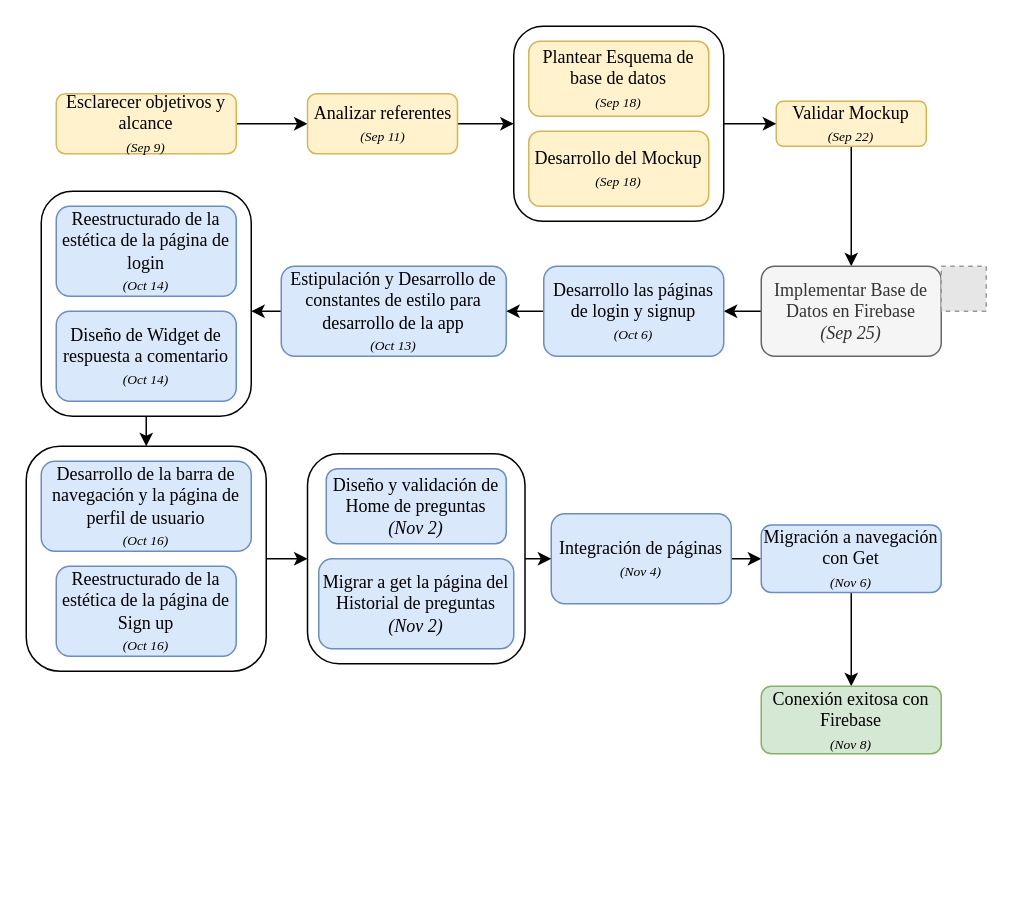
The draw.io diagram desarrollo_movil/proyecto/doc/historico_gestion.drawio in DaveAlsina/4toSemestre, before the edit. Source tidied: cells renumbered, new cells numbered last; positions are measured from the earlier drawing's top-left corner, leaving out a move shared by most shapes. Both pictures are drawn from the tidied source at 150%, with x=0, y=0 at pixel (26, 26). Pictures stored in the file or linked from it are replaced by grey dashed boxes.
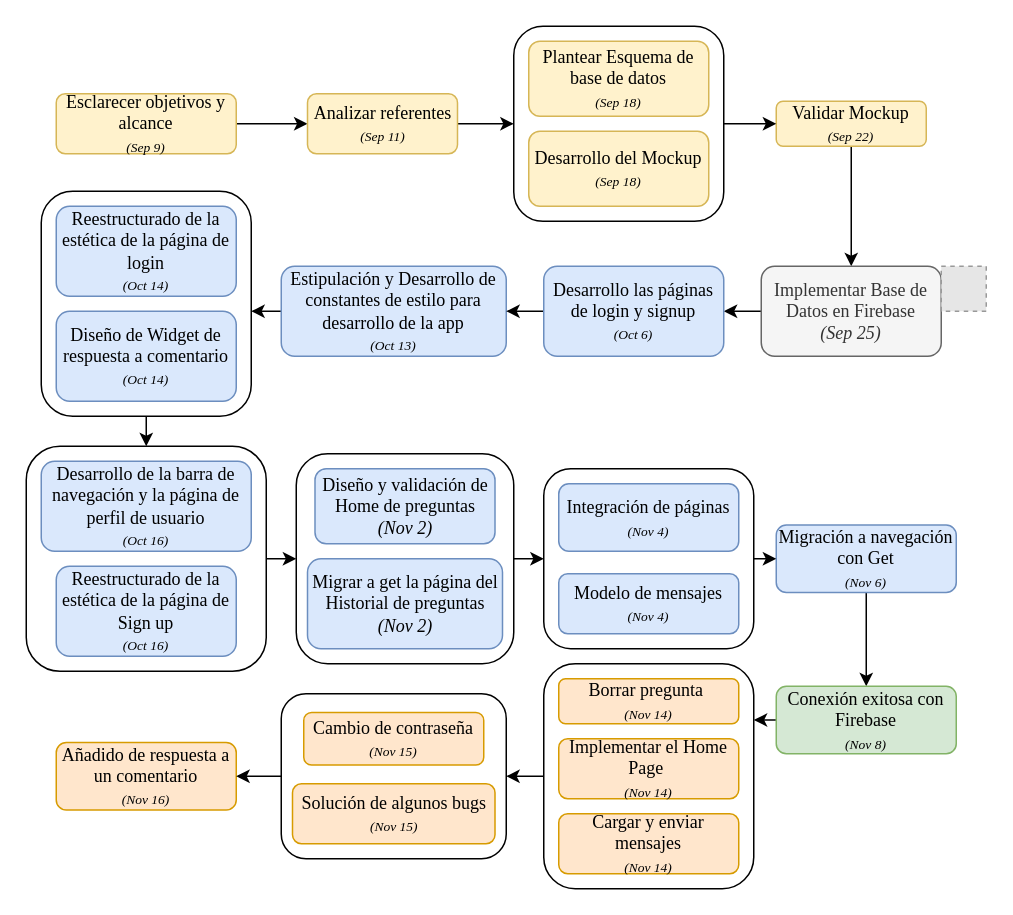
The same page after the edit.

Unchanged cells that the change refers to:
```xml
<mxCell id="30" style="rounded=1;whiteSpace=wrap;html=1;fontFamily=Times New Roman;fontSize=12;" parent="29" vertex="1">
  <mxGeometry width="145" height="140" as="geometry" />
</mxCell>
```

Diff of the diagram source:
```diff
@@
     <mxCell id="29" style="group;" parent="1" vertex="1">
-      <mxGeometry x="187.5" y="285" width="145" height="140" as="geometry" />
+      <mxGeometry x="180" y="285" width="145" height="140" as="geometry" />
     </mxCell>
@@
-    <mxCell id="34" style="edgeStyle=orthogonalEdgeStyle;rounded=0;jettySize=auto;html=1;exitX=1;exitY=0.5;exitDx=0;exitDy=0;entryX=0;entryY=0.5;entryDx=0;entryDy=0;fontFamily=Times New Roman;fontSize=12;" parent="1" edge="1" source="35" target="38">
-      <mxGeometry relative="1" as="geometry" />
-    </mxCell>
-    <mxCell id="35" value="Integración de páginas&lt;br&gt;&lt;i&gt;&lt;font style=&quot;font-size: 9px&quot;&gt;(Nov 4)&lt;/font&gt;&lt;/i&gt;" style="rounded=1;whiteSpace=wrap;html=1;fontFamily=Times New Roman;fontSize=12;fillColor=#dae8fc;strokeColor=#6c8ebf;" parent="1" vertex="1">
-      <mxGeometry x="350" y="325" width="120" height="60" as="geometry" />
-    </mxCell>
-    <mxCell id="36" style="edgeStyle=orthogonalEdgeStyle;rounded=0;jettySize=auto;html=1;exitX=1;exitY=0.5;exitDx=0;exitDy=0;entryX=0;entryY=0.5;entryDx=0;entryDy=0;fontFamily=Times New Roman;fontSize=12;" parent="1" edge="1" source="30" target="35">
-      <mxGeometry relative="1" as="geometry" />
-    </mxCell>
@@
     <mxCell id="38" value="Migración a navegación con Get&lt;br&gt;&lt;i&gt;&lt;font style=&quot;font-size: 9px&quot;&gt;(Nov 6)&lt;/font&gt;&lt;/i&gt;" style="rounded=1;whiteSpace=wrap;html=1;fontFamily=Times New Roman;fontSize=12;fillColor=#dae8fc;strokeColor=#6c8ebf;" parent="1" vertex="1">
-      <mxGeometry x="490" y="332.5" width="120" height="45" as="geometry" />
+      <mxGeometry x="500" y="332.5" width="120" height="45" as="geometry" />
     </mxCell>
+    <mxCell id="40" style="rounded=0;jettySize=auto;html=1;exitX=0;exitY=0.5;exitDx=0;exitDy=0;entryX=1;entryY=0.25;entryDx=0;entryDy=0;" parent="1" edge="1" source="39" target="47">
+      <mxGeometry relative="1" as="geometry" />
+    </mxCell>
     <mxCell id="39" value="&lt;font&gt;&lt;font style=&quot;font-size: 12px&quot;&gt;Conexión exitosa con Firebase&lt;/font&gt;&lt;br&gt;&lt;i style=&quot;font-size: 9px&quot;&gt;(Nov 8)&lt;/i&gt;&lt;/font&gt;" style="rounded=1;whiteSpace=wrap;html=1;fontFamily=Times New Roman;fontSize=12;fillColor=#d5e8d4;strokeColor=#82b366;" parent="1" vertex="1">
-      <mxGeometry x="490" y="440" width="120" height="45" as="geometry" />
+      <mxGeometry x="500" y="440" width="120" height="45" as="geometry" />
     </mxCell>
+    <mxCell id="41" style="group;" parent="1" vertex="1">
+      <mxGeometry x="345" y="295" width="140" height="120" as="geometry" />
+    </mxCell>
+    <mxCell id="42" style="rounded=1;whiteSpace=wrap;html=1;" parent="41" vertex="1">
+      <mxGeometry width="140" height="120" as="geometry" />
+    </mxCell>
+    <mxCell id="35" value="Integración de páginas&lt;br&gt;&lt;i&gt;&lt;font style=&quot;font-size: 9px&quot;&gt;(Nov 4)&lt;/font&gt;&lt;/i&gt;" style="rounded=1;whiteSpace=wrap;html=1;fontFamily=Times New Roman;fontSize=12;fillColor=#dae8fc;strokeColor=#6c8ebf;" parent="41" vertex="1">
+      <mxGeometry x="10" y="10" width="120" height="45" as="geometry" />
+    </mxCell>
+    <mxCell id="43" value="Modelo de mensajes&lt;br&gt;&lt;i&gt;&lt;font style=&quot;font-size: 9px&quot;&gt;(Nov 4)&lt;/font&gt;&lt;/i&gt;" style="rounded=1;whiteSpace=wrap;html=1;fontFamily=Times New Roman;fontSize=12;fillColor=#dae8fc;strokeColor=#6c8ebf;" parent="41" vertex="1">
+      <mxGeometry x="10" y="70" width="120" height="40" as="geometry" />
+    </mxCell>
+    <mxCell id="44" style="edgeStyle=orthogonalEdgeStyle;rounded=0;jettySize=auto;html=1;exitX=1;exitY=0.5;exitDx=0;exitDy=0;entryX=0;entryY=0.5;entryDx=0;entryDy=0;" parent="1" edge="1" source="30" target="42">
+      <mxGeometry relative="1" as="geometry" />
+    </mxCell>
+    <mxCell id="45" style="edgeStyle=orthogonalEdgeStyle;rounded=0;jettySize=auto;html=1;exitX=1;exitY=0.5;exitDx=0;exitDy=0;entryX=0;entryY=0.5;entryDx=0;entryDy=0;" parent="1" edge="1" source="42" target="38">
+      <mxGeometry relative="1" as="geometry" />
+    </mxCell>
+    <mxCell id="46" style="group;" parent="1" vertex="1">
+      <mxGeometry x="345" y="425" width="140" height="150" as="geometry" />
+    </mxCell>
+    <mxCell id="47" style="rounded=1;whiteSpace=wrap;html=1;" parent="46" vertex="1">
+      <mxGeometry width="140" height="150" as="geometry" />
+    </mxCell>
+    <mxCell id="48" value="Borrar pregunta&amp;nbsp;&lt;br&gt;&lt;i&gt;&lt;font style=&quot;font-size: 9px&quot;&gt;(Nov 14)&lt;/font&gt;&lt;/i&gt;" style="rounded=1;whiteSpace=wrap;html=1;fontFamily=Times New Roman;fontSize=12;fillColor=#ffe6cc;strokeColor=#d79b00;" parent="46" vertex="1">
+      <mxGeometry x="10" y="10" width="120" height="30" as="geometry" />
+    </mxCell>
+    <mxCell id="49" value="Implementar el Home Page&amp;nbsp;&lt;br&gt;&lt;i&gt;&lt;font style=&quot;font-size: 9px&quot;&gt;(Nov 14)&lt;/font&gt;&lt;/i&gt;" style="rounded=1;whiteSpace=wrap;html=1;fontFamily=Times New Roman;fontSize=12;fillColor=#ffe6cc;strokeColor=#d79b00;" parent="46" vertex="1">
+      <mxGeometry x="10" y="50" width="120" height="40" as="geometry" />
+    </mxCell>
+    <mxCell id="50" value="Cargar y enviar mensajes&lt;br&gt;&lt;i&gt;&lt;font style=&quot;font-size: 9px&quot;&gt;(Nov 14)&lt;/font&gt;&lt;/i&gt;" style="rounded=1;whiteSpace=wrap;html=1;fontFamily=Times New Roman;fontSize=12;fillColor=#ffe6cc;strokeColor=#d79b00;" parent="46" vertex="1">
+      <mxGeometry x="10" y="100" width="120" height="40" as="geometry" />
+    </mxCell>
+    <mxCell id="51" value="Añadido de respuesta a un comentario&lt;br&gt;&lt;i&gt;&lt;font style=&quot;font-size: 9px&quot;&gt;(Nov 16)&lt;/font&gt;&lt;/i&gt;" style="rounded=1;whiteSpace=wrap;html=1;fontFamily=Times New Roman;fontSize=12;fillColor=#ffe6cc;strokeColor=#d79b00;" parent="1" vertex="1">
+      <mxGeometry x="20" y="477.5" width="120" height="45" as="geometry" />
+    </mxCell>
+    <mxCell id="52" style="group;" parent="1" vertex="1">
+      <mxGeometry x="170" y="445" width="150" height="110" as="geometry" />
+    </mxCell>
+    <mxCell id="53" style="rounded=1;whiteSpace=wrap;html=1;" parent="52" vertex="1">
+      <mxGeometry width="150" height="110" as="geometry" />
+    </mxCell>
+    <mxCell id="54" value="Cambio de contraseña&lt;br&gt;&lt;i&gt;&lt;font style=&quot;font-size: 9px&quot;&gt;(Nov 15)&lt;/font&gt;&lt;/i&gt;" style="rounded=1;whiteSpace=wrap;html=1;fontFamily=Times New Roman;fontSize=12;fillColor=#ffe6cc;strokeColor=#d79b00;" parent="52" vertex="1">
+      <mxGeometry x="15" y="12.5" width="120" height="35" as="geometry" />
+    </mxCell>
+    <mxCell id="55" value="Solución de algunos bugs&lt;br&gt;&lt;i&gt;&lt;font style=&quot;font-size: 9px&quot;&gt;(Nov 15)&lt;/font&gt;&lt;/i&gt;" style="rounded=1;whiteSpace=wrap;html=1;fontFamily=Times New Roman;fontSize=12;fillColor=#ffe6cc;strokeColor=#d79b00;" parent="52" vertex="1">
+      <mxGeometry x="7.5" y="60" width="135" height="40" as="geometry" />
+    </mxCell>
+    <mxCell id="56" style="edgeStyle=none;rounded=0;jettySize=auto;html=1;exitX=0;exitY=0.5;exitDx=0;exitDy=0;entryX=1;entryY=0.5;entryDx=0;entryDy=0;" parent="1" edge="1" source="47" target="53">
+      <mxGeometry relative="1" as="geometry" />
+    </mxCell>
+    <mxCell id="57" style="edgeStyle=none;rounded=0;jettySize=auto;html=1;exitX=0;exitY=0.5;exitDx=0;exitDy=0;entryX=1;entryY=0.5;entryDx=0;entryDy=0;" parent="1" edge="1" source="53" target="51">
+      <mxGeometry relative="1" as="geometry" />
+    </mxCell>
```
